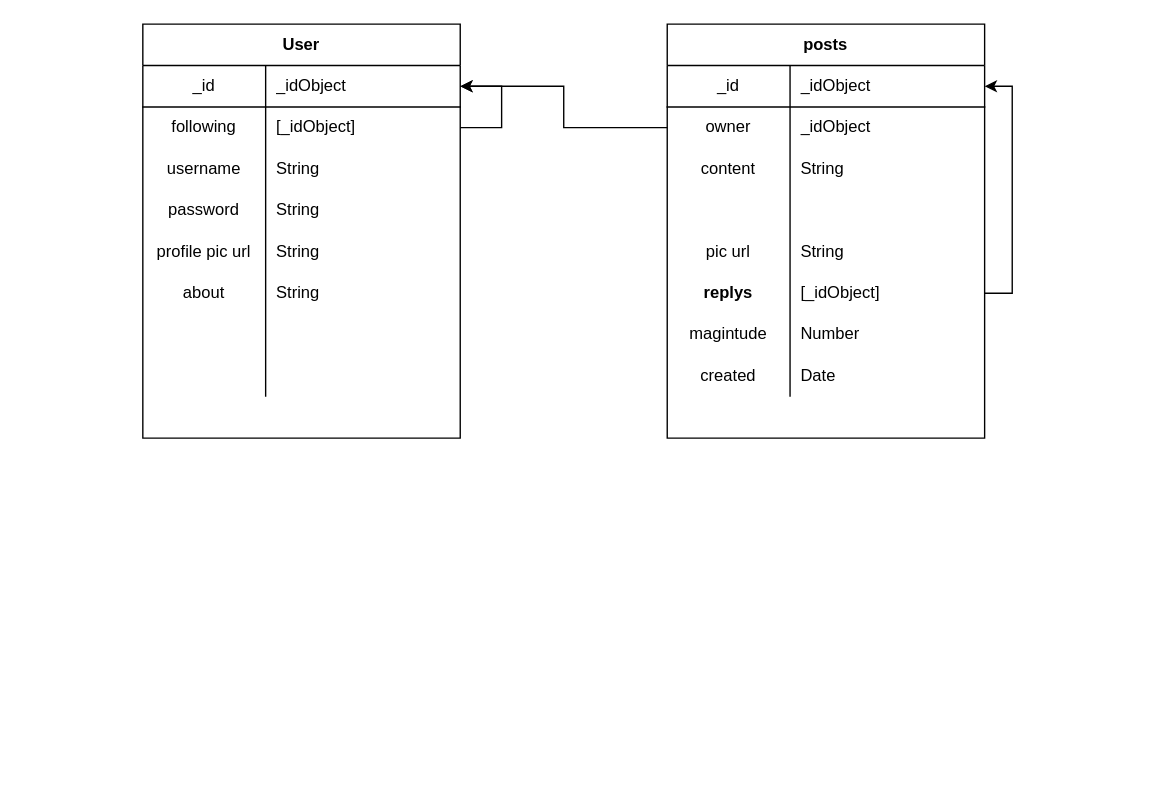
nick3point5/Seismo keeps this draw.io diagram as page "ERD" (1 of 4) of plan/plan.drawio. Above is the earlier version. Source tidied: cells renumbered, new cells numbered last; positions are measured from the earlier drawing's top-left corner, leaving out a move shared by most shapes. Both pictures are drawn from the tidied source at 138%, with x=0, y=0 at pixel (142, 23).
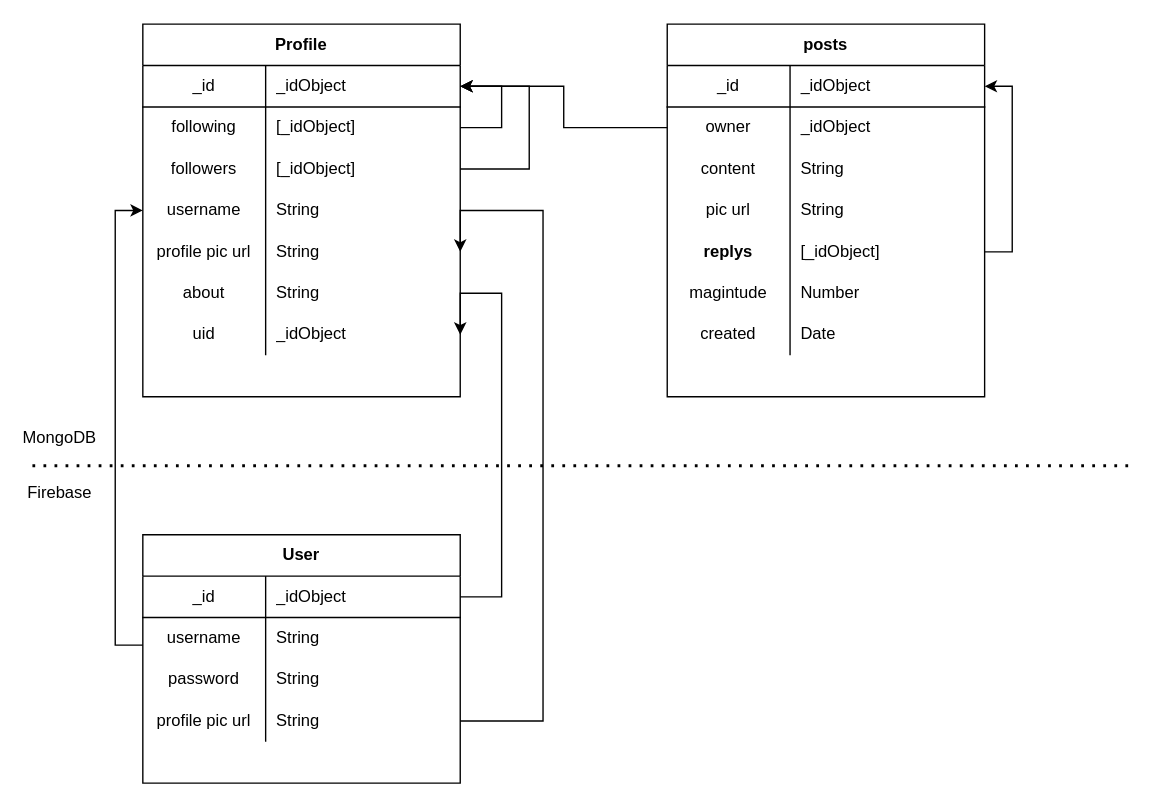
Above is the later version.

The change refers to these unchanged cells:
```xml
<mxCell id="3" style="shape=partialRectangle;html=1;whiteSpace=wrap;fillColor=none;top=0;left=0;bottom=1;right=0;points=[[0,0.5],[1,0.5]];portConstraint=eastwest;" parent="2" vertex="1">
  <mxGeometry y="30" width="230" height="30" as="geometry" />
</mxCell>
<mxCell id="15" style="shape=partialRectangle;html=1;whiteSpace=wrap;fillColor=none;top=0;left=0;bottom=0;right=0;points=[[0,0.5],[1,0.5]];portConstraint=eastwest;" parent="2" vertex="1">
  <mxGeometry y="150" width="230" height="30" as="geometry" />
</mxCell>
<mxCell id="21" style="shape=partialRectangle;html=1;whiteSpace=wrap;fillColor=none;top=0;left=0;bottom=0;right=0;points=[[0,0.5],[1,0.5]];portConstraint=eastwest;" parent="2" vertex="1">
  <mxGeometry y="210" width="230" height="30" as="geometry" />
</mxCell>
```

What changed in the source:
```diff
@@
-    <mxCell id="2" value="User" style="shape=table;html=1;whiteSpace=wrap;startSize=30;childLayout=tableLayout;rowLines=0;fontStyle=1;align=center;" parent="1" vertex="1">
-      <mxGeometry width="230" height="300" as="geometry" />
+    <mxCell id="2" value="Profile" style="shape=table;html=1;whiteSpace=wrap;startSize=30;childLayout=tableLayout;rowLines=0;fontStyle=1;align=center;" parent="1" vertex="1">
+      <mxGeometry width="230" height="270" as="geometry" />
     </mxCell>
@@
+    <mxCell id="55" style="shape=partialRectangle;html=1;whiteSpace=wrap;fillColor=none;top=0;left=0;bottom=0;right=0;points=[[0,0.5],[1,0.5]];portConstraint=eastwest;" parent="2" vertex="1">
+      <mxGeometry y="90" width="230" height="30" as="geometry" />
+    </mxCell>
+    <mxCell id="56" value="&lt;span&gt;followers&lt;/span&gt;" style="shape=partialRectangle;html=1;whiteSpace=wrap;fillColor=none;top=0;left=0;bottom=0;right=0;overflow=hidden;" parent="55" vertex="1">
+      <mxGeometry width="89" height="30" as="geometry" />
+    </mxCell>
+    <mxCell id="57" value="&lt;span&gt;[_idObject]&lt;/span&gt;" style="shape=partialRectangle;html=1;whiteSpace=wrap;fillColor=none;top=0;left=0;bottom=0;right=0;align=left;spacingLeft=6;overflow=hidden;" parent="55" vertex="1">
+      <mxGeometry x="89" width="141" height="30" as="geometry" />
+    </mxCell>
     <mxCell id="9" style="shape=partialRectangle;html=1;whiteSpace=wrap;fillColor=none;top=0;left=0;bottom=0;right=0;points=[[0,0.5],[1,0.5]];portConstraint=eastwest;" parent="2" vertex="1">
-      <mxGeometry y="90" width="230" height="30" as="geometry" />
+      <mxGeometry y="120" width="230" height="30" as="geometry" />
     </mxCell>
@@
-    <mxCell id="12" style="shape=partialRectangle;html=1;whiteSpace=wrap;fillColor=none;top=0;left=0;bottom=0;right=0;" parent="2" vertex="1">
-      <mxGeometry y="120" width="230" height="30" as="geometry" />
-    </mxCell>
-    <mxCell id="13" value="password" style="shape=partialRectangle;html=1;whiteSpace=wrap;fillColor=none;top=0;left=0;bottom=0;right=0;overflow=hidden;" parent="12" vertex="1">
-      <mxGeometry width="89" height="30" as="geometry" />
-    </mxCell>
-    <mxCell id="14" value="String" style="shape=partialRectangle;html=1;whiteSpace=wrap;fillColor=none;top=0;left=0;bottom=0;right=0;align=left;spacingLeft=6;overflow=hidden;" parent="12" vertex="1">
-      <mxGeometry x="89" width="141" height="30" as="geometry" />
-    </mxCell>
@@
-    <mxCell id="22" style="shape=partialRectangle;html=1;whiteSpace=wrap;fillColor=none;top=0;left=0;bottom=0;right=0;overflow=hidden;" parent="21" vertex="1">
+    <mxCell id="22" value="uid" style="shape=partialRectangle;html=1;whiteSpace=wrap;fillColor=none;top=0;left=0;bottom=0;right=0;overflow=hidden;" parent="21" vertex="1">
       <mxGeometry width="89" height="30" as="geometry" />
     </mxCell>
-    <mxCell id="23" style="shape=partialRectangle;html=1;whiteSpace=wrap;fillColor=none;top=0;left=0;bottom=0;right=0;align=left;spacingLeft=6;overflow=hidden;" parent="21" vertex="1">
+    <mxCell id="23" value="&lt;span&gt;_idObject&lt;br&gt;&lt;/span&gt;" style="shape=partialRectangle;html=1;whiteSpace=wrap;fillColor=none;top=0;left=0;bottom=0;right=0;align=left;spacingLeft=6;overflow=hidden;" parent="21" vertex="1">
       <mxGeometry x="89" width="141" height="30" as="geometry" />
     </mxCell>
-    <mxCell id="24" style="shape=partialRectangle;html=1;whiteSpace=wrap;fillColor=none;top=0;left=0;bottom=0;right=0;" parent="2" vertex="1">
-      <mxGeometry y="240" width="230" height="30" as="geometry" />
-    </mxCell>
-    <mxCell id="25" style="shape=partialRectangle;html=1;whiteSpace=wrap;fillColor=none;top=0;left=0;bottom=0;right=0;overflow=hidden;" parent="24" vertex="1">
-      <mxGeometry width="89" height="30" as="geometry" />
-    </mxCell>
-    <mxCell id="26" style="shape=partialRectangle;html=1;whiteSpace=wrap;fillColor=none;top=0;left=0;bottom=0;right=0;align=left;spacingLeft=6;overflow=hidden;" parent="24" vertex="1">
-      <mxGeometry x="89" width="141" height="30" as="geometry" />
-    </mxCell>
@@
+    <mxCell id="58" style="edgeStyle=orthogonalEdgeStyle;rounded=0;jettySize=auto;html=1;entryX=1;entryY=0.5;entryDx=0;entryDy=0;" parent="2" edge="1" source="55" target="3">
+      <mxGeometry relative="1" as="geometry">
+        <Array as="points">
+          <mxPoint x="280" y="105" />
+          <mxPoint x="280" y="45" />
+        </Array>
+      </mxGeometry>
+    </mxCell>
     <mxCell id="28" value="posts" style="shape=table;html=1;whiteSpace=wrap;startSize=30;childLayout=tableLayout;rowLines=0;fontStyle=1;align=center;" parent="1" vertex="1">
-      <mxGeometry x="380" width="230" height="300" as="geometry" />
+      <mxGeometry x="380" width="230" height="270" as="geometry" />
     </mxCell>
@@
-    <mxCell id="38" style="shape=partialRectangle;html=1;whiteSpace=wrap;fillColor=none;top=0;left=0;bottom=0;right=0;" parent="28" vertex="1">
-      <mxGeometry y="120" width="230" height="30" as="geometry" />
-    </mxCell>
-    <mxCell id="39" style="shape=partialRectangle;html=1;whiteSpace=wrap;fillColor=none;top=0;left=0;bottom=0;right=0;overflow=hidden;" parent="38" vertex="1">
-      <mxGeometry width="89" height="30" as="geometry" />
-    </mxCell>
-    <mxCell id="40" style="shape=partialRectangle;html=1;whiteSpace=wrap;fillColor=none;top=0;left=0;bottom=0;right=0;align=left;spacingLeft=6;overflow=hidden;" parent="38" vertex="1">
-      <mxGeometry x="89" width="141" height="30" as="geometry" />
-    </mxCell>
     <mxCell id="41" style="shape=partialRectangle;html=1;whiteSpace=wrap;fillColor=none;top=0;left=0;bottom=0;right=0;" parent="28" vertex="1">
-      <mxGeometry y="150" width="230" height="30" as="geometry" />
+      <mxGeometry y="120" width="230" height="30" as="geometry" />
     </mxCell>
@@
     <mxCell id="45" style="shape=partialRectangle;html=1;whiteSpace=wrap;fillColor=none;top=0;left=0;bottom=0;right=0;points=[[0,0.5],[1,0.5]];portConstraint=eastwest;" parent="28" vertex="1">
-      <mxGeometry y="180" width="230" height="30" as="geometry" />
+      <mxGeometry y="150" width="230" height="30" as="geometry" />
     </mxCell>
@@
     <mxCell id="48" style="shape=partialRectangle;html=1;whiteSpace=wrap;fillColor=none;top=0;left=0;bottom=0;right=0;" parent="28" vertex="1">
-      <mxGeometry y="210" width="230" height="30" as="geometry" />
+      <mxGeometry y="180" width="230" height="30" as="geometry" />
     </mxCell>
@@
     <mxCell id="51" style="shape=partialRectangle;html=1;whiteSpace=wrap;fillColor=none;top=0;left=0;bottom=0;right=0;" parent="28" vertex="1">
-      <mxGeometry y="240" width="230" height="30" as="geometry" />
+      <mxGeometry y="210" width="230" height="30" as="geometry" />
     </mxCell>
@@
+    <mxCell id="59" style="edgeStyle=orthogonalEdgeStyle;rounded=0;jettySize=auto;html=1;entryX=1;entryY=0.5;entryDx=0;entryDy=0;" parent="1" edge="1" source="60" target="15">
+      <mxGeometry relative="1" as="geometry">
+        <Array as="points">
+          <mxPoint x="290" y="505" />
+          <mxPoint x="290" y="135" />
+        </Array>
+      </mxGeometry>
+    </mxCell>
+    <mxCell id="60" value="User" style="shape=table;html=1;whiteSpace=wrap;startSize=30;childLayout=tableLayout;rowLines=0;fontStyle=1;align=center;" parent="1" vertex="1">
+      <mxGeometry y="370" width="230" height="180" as="geometry" />
+    </mxCell>
+    <mxCell id="61" style="shape=partialRectangle;html=1;whiteSpace=wrap;fillColor=none;top=0;left=0;bottom=1;right=0;points=[[0,0.5],[1,0.5]];portConstraint=eastwest;" parent="60" vertex="1">
+      <mxGeometry y="30" width="230" height="30" as="geometry" />
+    </mxCell>
+    <mxCell id="62" value="_id" style="shape=partialRectangle;html=1;whiteSpace=wrap;fillColor=none;top=0;left=0;bottom=0;right=0;overflow=hidden;" parent="61" vertex="1">
+      <mxGeometry width="89" height="30" as="geometry" />
+    </mxCell>
+    <mxCell id="63" value="_idObject" style="shape=partialRectangle;html=1;whiteSpace=wrap;fillColor=none;top=0;left=0;bottom=0;right=0;align=left;spacingLeft=6;overflow=hidden;" parent="61" vertex="1">
+      <mxGeometry x="89" width="141" height="30" as="geometry" />
+    </mxCell>
+    <mxCell id="64" style="shape=partialRectangle;html=1;whiteSpace=wrap;fillColor=none;top=0;left=0;bottom=0;right=0;" parent="60" vertex="1">
+      <mxGeometry y="60" width="230" height="30" as="geometry" />
+    </mxCell>
+    <mxCell id="65" value="username" style="shape=partialRectangle;html=1;whiteSpace=wrap;fillColor=none;top=0;left=0;bottom=0;right=0;overflow=hidden;" parent="64" vertex="1">
+      <mxGeometry width="89" height="30" as="geometry" />
+    </mxCell>
+    <mxCell id="66" value="String" style="shape=partialRectangle;html=1;whiteSpace=wrap;fillColor=none;top=0;left=0;bottom=0;right=0;align=left;spacingLeft=6;overflow=hidden;" parent="64" vertex="1">
+      <mxGeometry x="89" width="141" height="30" as="geometry" />
+    </mxCell>
+    <mxCell id="67" style="shape=partialRectangle;html=1;whiteSpace=wrap;fillColor=none;top=0;left=0;bottom=0;right=0;" parent="60" vertex="1">
+      <mxGeometry y="90" width="230" height="30" as="geometry" />
+    </mxCell>
+    <mxCell id="13" value="password" style="shape=partialRectangle;html=1;whiteSpace=wrap;fillColor=none;top=0;left=0;bottom=0;right=0;overflow=hidden;" parent="67" vertex="1">
+      <mxGeometry width="89" height="30" as="geometry" />
+    </mxCell>
+    <mxCell id="68" value="String" style="shape=partialRectangle;html=1;whiteSpace=wrap;fillColor=none;top=0;left=0;bottom=0;right=0;align=left;spacingLeft=6;overflow=hidden;" parent="67" vertex="1">
+      <mxGeometry x="89" width="141" height="30" as="geometry" />
+    </mxCell>
+    <mxCell id="69" style="shape=partialRectangle;html=1;whiteSpace=wrap;fillColor=none;top=0;left=0;bottom=0;right=0;" parent="60" vertex="1">
+      <mxGeometry y="120" width="230" height="30" as="geometry" />
+    </mxCell>
+    <mxCell id="70" value="profile pic url" style="shape=partialRectangle;html=1;whiteSpace=wrap;fillColor=none;top=0;left=0;bottom=0;right=0;overflow=hidden;" parent="69" vertex="1">
+      <mxGeometry width="89" height="30" as="geometry" />
+    </mxCell>
+    <mxCell id="71" value="String" style="shape=partialRectangle;html=1;whiteSpace=wrap;fillColor=none;top=0;left=0;bottom=0;right=0;align=left;spacingLeft=6;overflow=hidden;" parent="69" vertex="1">
+      <mxGeometry x="89" width="141" height="30" as="geometry" />
+    </mxCell>
+    <mxCell id="72" style="edgeStyle=orthogonalEdgeStyle;rounded=0;jettySize=auto;html=1;entryX=1;entryY=0.5;entryDx=0;entryDy=0;" parent="1" edge="1" source="61" target="21">
+      <mxGeometry relative="1" as="geometry">
+        <Array as="points">
+          <mxPoint x="260" y="415" />
+          <mxPoint x="260" y="195" />
+        </Array>
+      </mxGeometry>
+    </mxCell>
+    <mxCell id="73" style="edgeStyle=orthogonalEdgeStyle;rounded=0;jettySize=auto;html=1;entryX=0;entryY=0.5;entryDx=0;entryDy=0;" parent="1" edge="1" target="9">
+      <mxGeometry relative="1" as="geometry">
+        <mxPoint y="450" as="sourcePoint" />
+        <Array as="points">
+          <mxPoint x="-20" y="450" />
+          <mxPoint x="-20" y="135" />
+        </Array>
+      </mxGeometry>
+    </mxCell>
+    <mxCell id="74" style="endArrow=none;dashed=1;html=1;dashPattern=1 3;strokeWidth=2;" parent="1" edge="1">
+      <mxGeometry relative="1" as="geometry">
+        <mxPoint x="-80" y="320" as="sourcePoint" />
+        <mxPoint x="720" y="320" as="targetPoint" />
+      </mxGeometry>
+    </mxCell>
+    <mxCell id="75" value="MongoDB" style="text;html=1;strokeColor=none;fillColor=none;align=center;verticalAlign=middle;whiteSpace=wrap;rounded=0;" parent="1" vertex="1">
+      <mxGeometry x="-80" y="290" width="40" height="20" as="geometry" />
+    </mxCell>
+    <mxCell id="76" value="Firebase" style="text;html=1;strokeColor=none;fillColor=none;align=center;verticalAlign=middle;whiteSpace=wrap;rounded=0;" parent="1" vertex="1">
+      <mxGeometry x="-80" y="330" width="40" height="20" as="geometry" />
+    </mxCell>
```
